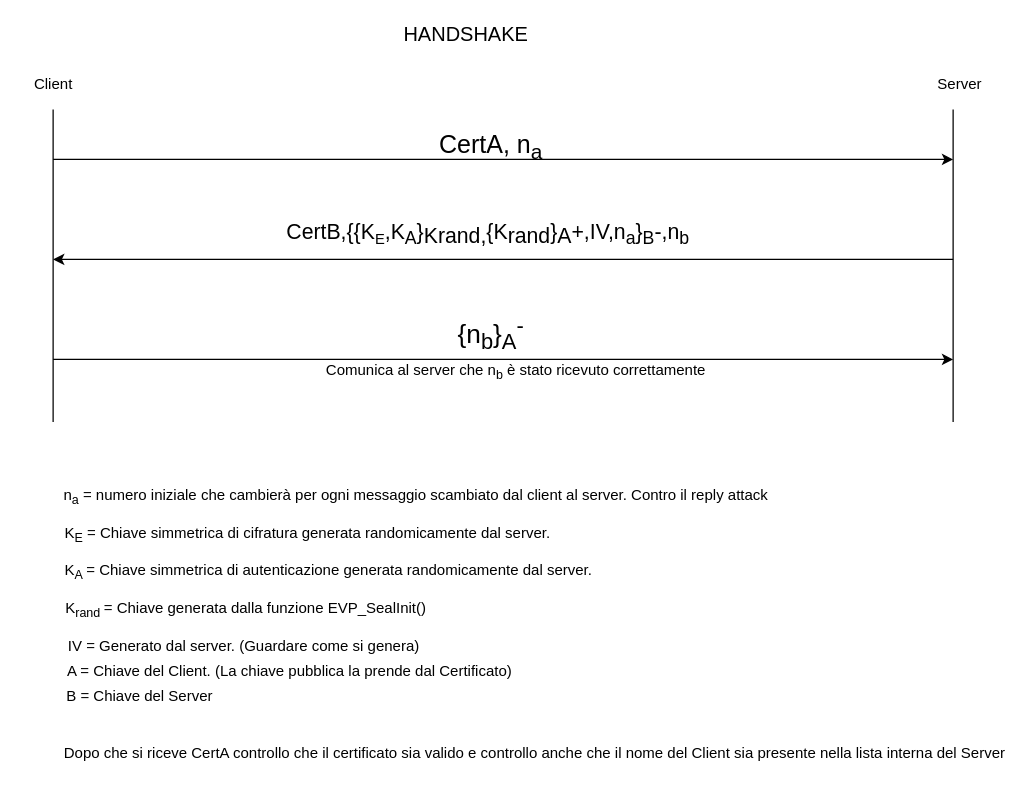
Earlier version of the draw.io diagram schemes/Handshake.drawio (fontanellileonardo/Secure-File-Transfer). Source tidied: cells renumbered, new cells numbered last; positions are measured from the earlier drawing's top-left corner, leaving out a move shared by most shapes. Both pictures are drawn from the tidied source at 125%, with x=0, y=0 at pixel (21, 21).
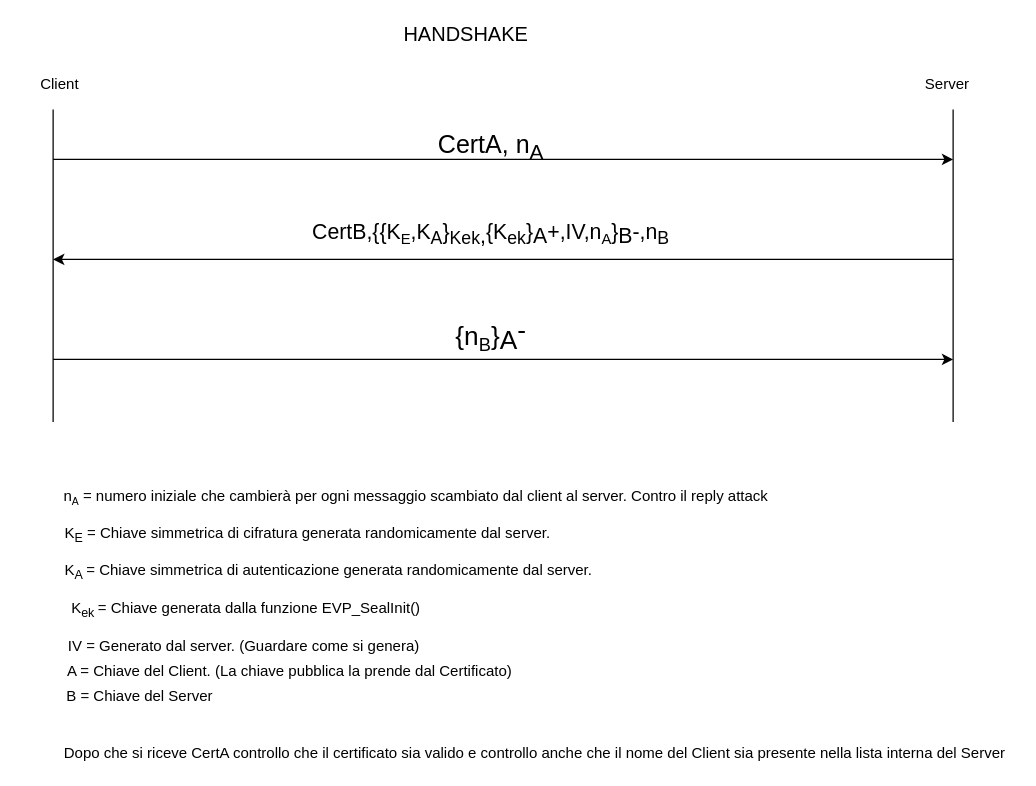
The same diagram, later.

Commit message (it also covers changes not shown here):
Aggiornati e corretti schemi protocolli

The edit, as a diff of the source:
```diff
@@
     <mxCell id="5" value="Client" style="text;html=1;align=center;verticalAlign=middle;" parent="1" vertex="1">
-      <mxGeometry y="40" width="50" height="20" as="geometry" />
+      <mxGeometry x="5" y="40" width="50" height="20" as="geometry" />
     </mxCell>
     <mxCell id="6" value="Server" style="text;html=1;align=center;verticalAlign=middle;" parent="1" vertex="1">
-      <mxGeometry x="725" y="40" width="50" height="20" as="geometry" />
+      <mxGeometry x="715" y="40" width="50" height="20" as="geometry" />
     </mxCell>
-    <mxCell id="7" value="&lt;font style=&quot;font-size: 20px&quot;&gt;CertA, n&lt;sub&gt;a&lt;/sub&gt;&lt;/font&gt;" style="text;html=1;align=center;verticalAlign=middle;" parent="1" vertex="1">
+    <mxCell id="7" value="&lt;font style=&quot;font-size: 20px&quot;&gt;CertA, n&lt;sub&gt;A&lt;/sub&gt;&lt;/font&gt;" style="text;html=1;align=center;verticalAlign=middle;" parent="1" vertex="1">
       <mxGeometry x="325" y="90" width="100" height="20" as="geometry" />
     </mxCell>
@@
-    <mxCell id="9" value="&lt;font style=&quot;font-size: 17px&quot;&gt;CertB,{{K&lt;/font&gt;&lt;font style=&quot;font-size: 14.1667px&quot;&gt;&lt;sub&gt;E&lt;/sub&gt;&lt;/font&gt;&lt;font&gt;&lt;span style=&quot;font-size: 17px&quot;&gt;,K&lt;sub&gt;A&lt;/sub&gt;&lt;/span&gt;&lt;span style=&quot;font-size: 17px&quot;&gt;}&lt;/span&gt;&lt;sub style=&quot;font-size: 17px&quot;&gt;Krand,&lt;/sub&gt;&lt;span style=&quot;font-size: 17px&quot;&gt;{K&lt;/span&gt;&lt;sub style=&quot;font-size: 17px&quot;&gt;rand&lt;/sub&gt;&lt;span style=&quot;font-size: 17px&quot;&gt;}&lt;/span&gt;&lt;sub style=&quot;font-size: 17px&quot;&gt;A&lt;/sub&gt;&lt;span style=&quot;font-size: 17px&quot;&gt;+,IV&lt;/span&gt;&lt;/font&gt;&lt;font style=&quot;font-size: 17px&quot;&gt;&lt;font style=&quot;font-size: 17px&quot;&gt;,n&lt;sub&gt;a&lt;/sub&gt;}&lt;sub&gt;B&lt;/sub&gt;-,n&lt;sub&gt;b&lt;/sub&gt;&amp;nbsp;&lt;/font&gt;&lt;br&gt;&lt;/font&gt;" style="text;html=1;align=center;verticalAlign=middle;" parent="1" vertex="1">
-      <mxGeometry x="205" y="155" width="340" height="30" as="geometry" />
+    <mxCell id="9" value="&lt;font style=&quot;font-size: 17px&quot;&gt;CertB,{{K&lt;/font&gt;&lt;font style=&quot;font-size: 14.1667px&quot;&gt;&lt;sub&gt;E&lt;/sub&gt;&lt;/font&gt;&lt;font&gt;&lt;span style=&quot;font-size: 17px&quot;&gt;,K&lt;sub&gt;A&lt;/sub&gt;&lt;/span&gt;&lt;span style=&quot;font-size: 17px&quot;&gt;}&lt;sub&gt;Kek&lt;/sub&gt;&lt;/span&gt;&lt;sub style=&quot;font-size: 17px&quot;&gt;,&lt;/sub&gt;&lt;span style=&quot;font-size: 17px&quot;&gt;{K&lt;sub&gt;ek&lt;/sub&gt;&lt;/span&gt;&lt;span style=&quot;font-size: 17px&quot;&gt;}&lt;/span&gt;&lt;sub style=&quot;font-size: 17px&quot;&gt;A&lt;/sub&gt;&lt;span style=&quot;font-size: 17px&quot;&gt;+,IV&lt;/span&gt;&lt;/font&gt;&lt;font&gt;&lt;font style=&quot;font-size: 17px&quot;&gt;,n&lt;/font&gt;&lt;font style=&quot;font-size: 14.1667px&quot;&gt;&lt;sub&gt;A&lt;/sub&gt;&lt;/font&gt;&lt;font&gt;&lt;span style=&quot;font-size: 17px&quot;&gt;}&lt;/span&gt;&lt;sub style=&quot;font-size: 17px&quot;&gt;B&lt;/sub&gt;&lt;span style=&quot;font-size: 17px&quot;&gt;-,n&lt;sub&gt;B&lt;/sub&gt;&lt;/span&gt;&lt;/font&gt;&lt;br&gt;&lt;/font&gt;" style="text;html=1;align=center;verticalAlign=middle;" parent="1" vertex="1">
+      <mxGeometry x="225" y="155" width="300" height="30" as="geometry" />
     </mxCell>
@@
-    <mxCell id="11" value="&lt;font style=&quot;font-size: 21px&quot;&gt;{n&lt;sub&gt;b&lt;/sub&gt;}&lt;sub&gt;A&lt;/sub&gt;&lt;sup&gt;-&lt;/sup&gt;&lt;/font&gt;" style="text;html=1;align=center;verticalAlign=middle;" parent="1" vertex="1">
+    <mxCell id="11" value="&lt;font style=&quot;font-size: 21px&quot;&gt;{n&lt;/font&gt;&lt;font style=&quot;font-size: 17.5px&quot;&gt;&lt;sub&gt;B&lt;/sub&gt;&lt;/font&gt;&lt;font&gt;&lt;span style=&quot;font-size: 21px&quot;&gt;}&lt;/span&gt;&lt;sub style=&quot;font-size: 21px&quot;&gt;A&lt;/sub&gt;&lt;sup style=&quot;font-size: 21px&quot;&gt;-&lt;/sup&gt;&lt;/font&gt;" style="text;html=1;align=center;verticalAlign=middle;" parent="1" vertex="1">
       <mxGeometry x="340" y="235" width="70" height="30" as="geometry" />
     </mxCell>
-    <mxCell id="12" value="n&lt;sub&gt;a&lt;/sub&gt;&amp;nbsp;= numero iniziale che cambierà per ogni messaggio scambiato dal client al server. Contro il reply attack" style="text;html=1;align=center;verticalAlign=middle;" parent="1" vertex="1">
+    <mxCell id="12" value="n&lt;span style=&quot;font-size: 10px&quot;&gt;&lt;sub&gt;A&lt;/sub&gt;&lt;/span&gt;&amp;nbsp;= numero iniziale che cambierà per ogni messaggio scambiato dal client al server. Contro il reply attack" style="text;html=1;align=center;verticalAlign=middle;" parent="1" vertex="1">
       <mxGeometry x="25" y="370" width="580" height="20" as="geometry" />
     </mxCell>
@@
-    <mxCell id="18" value="Comunica al server che n&lt;sub&gt;b&lt;/sub&gt;&amp;nbsp;è stato ricevuto correttamente" style="text;html=1;align=center;verticalAlign=middle;" parent="1" vertex="1">
-      <mxGeometry x="235" y="270" width="320" height="20" as="geometry" />
-    </mxCell>
@@
-    <mxCell id="21" value="K&lt;sub&gt;rand &lt;/sub&gt;= Chiave generata dalla funzione EVP_SealInit()" style="text;html=1;align=center;verticalAlign=middle;" parent="1" vertex="1">
-      <mxGeometry x="29" y="460" width="300" height="20" as="geometry" />
+    <mxCell id="21" value="K&lt;sub&gt;ek&amp;nbsp;&lt;/sub&gt;= Chiave generata dalla funzione EVP_SealInit()" style="text;html=1;align=center;verticalAlign=middle;" parent="1" vertex="1">
+      <mxGeometry x="34" y="460" width="290" height="20" as="geometry" />
     </mxCell>
```
